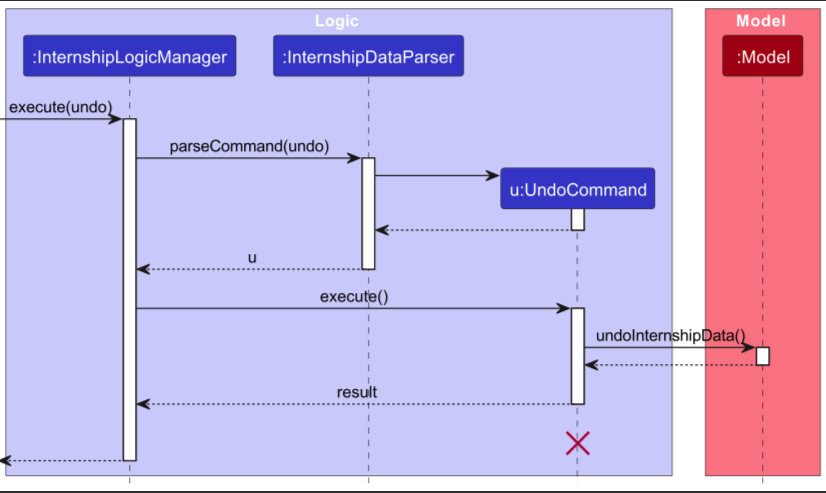
The PlantUML diagram docs/images/UndoSequenceDiagram-Logic.png in theman-oj10/CareerSync, before a commit. Its source is kept beside it as docs/diagrams/UndoSequenceDiagram-Logic.puml. Source of this version:
```plantuml
@startuml
!include style.puml
skinparam ArrowFontStyle plain

box Logic LOGIC_COLOR_T1
participant ":InternshipLogicManager" as InternshipLogicManager LOGIC_COLOR
participant ":InternshipDataParser" as InternshipDataParser LOGIC_COLOR
participant "u:UndoCommand" as UndoCommand LOGIC_COLOR
end box

box Model MODEL_COLOR_T1
participant ":Model" as Model MODEL_COLOR
end box
[-> InternshipLogicManager : execute(undo)
activate InternshipLogicManager

InternshipLogicManager -> InternshipDataParser : parseCommand(undo)
activate InternshipDataParser

create UndoCommand
InternshipDataParser -> UndoCommand
activate UndoCommand

UndoCommand --> InternshipDataParser
deactivate UndoCommand

InternshipDataParser --> InternshipLogicManager : u
deactivate InternshipDataParser

InternshipLogicManager -> UndoCommand : execute()
activate UndoCommand

UndoCommand -> Model : undoInternshipData()
activate Model

Model --> UndoCommand
deactivate Model

UndoCommand --> InternshipLogicManager : result
deactivate UndoCommand
UndoCommand -[hidden]-> InternshipLogicManager : result
destroy UndoCommand

[<--InternshipLogicManager
deactivate InternshipLogicManager
@enduml
```
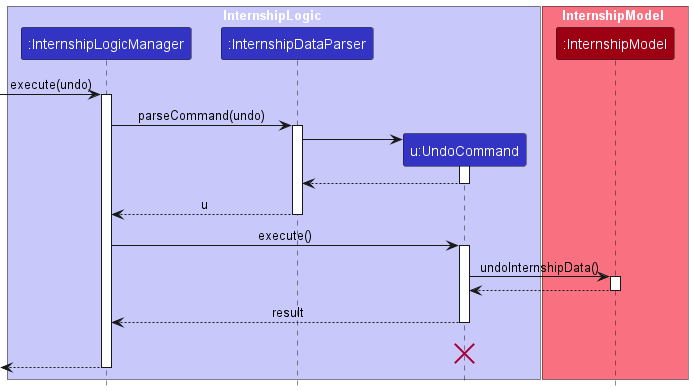
Later version of the same file.

Change to the diagram source:
```diff
@@ -2,14 +2,14 @@
 !include style.puml
 skinparam ArrowFontStyle plain
 
-box Logic LOGIC_COLOR_T1
+box InternshipLogic LOGIC_COLOR_T1
 participant ":InternshipLogicManager" as InternshipLogicManager LOGIC_COLOR
 participant ":InternshipDataParser" as InternshipDataParser LOGIC_COLOR
 participant "u:UndoCommand" as UndoCommand LOGIC_COLOR
 end box
 
-box Model MODEL_COLOR_T1
-participant ":Model" as Model MODEL_COLOR
+box InternshipModel MODEL_COLOR_T1
+participant ":InternshipModel" as InternshipModel MODEL_COLOR
 end box
 [-> InternshipLogicManager : execute(undo)
 activate InternshipLogicManager
@@ -30,11 +30,11 @@
 InternshipLogicManager -> UndoCommand : execute()
 activate UndoCommand
 
-UndoCommand -> Model : undoInternshipData()
-activate Model
+UndoCommand -> InternshipModel : undoInternshipData()
+activate InternshipModel
 
-Model --> UndoCommand
-deactivate Model
+InternshipModel --> UndoCommand
+deactivate InternshipModel
 
 UndoCommand --> InternshipLogicManager : result
 deactivate UndoCommand
```
